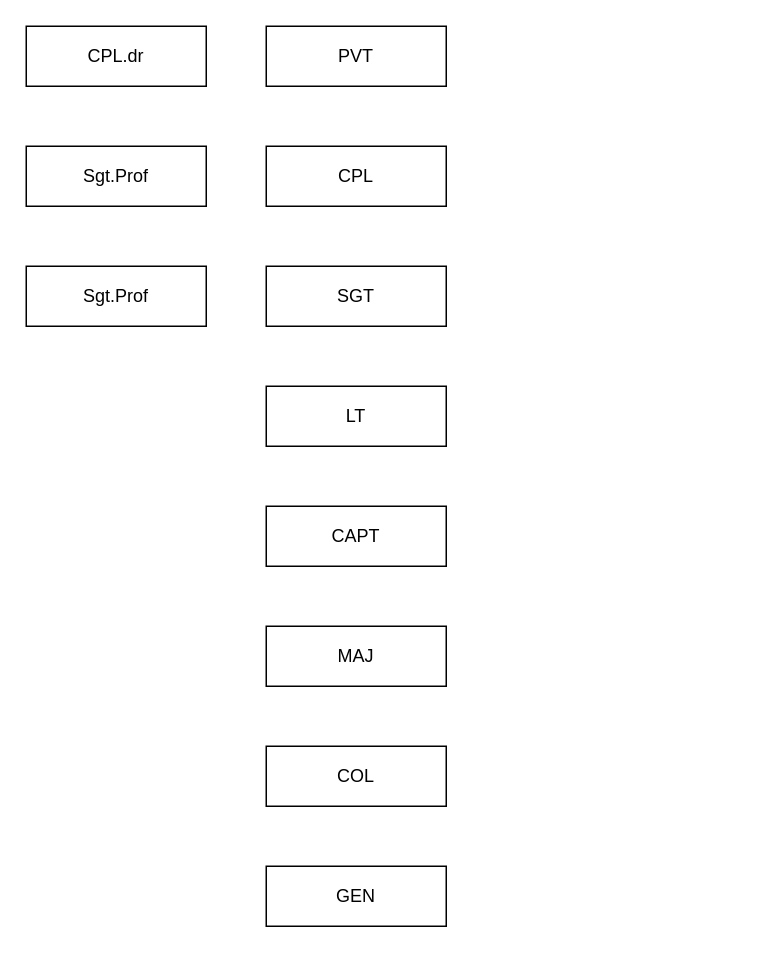
Above: Note Project Core/Propia Shelter/Rank Shelter.drawio in maulanaaghnii/propia (draw.io), before the change. Source tidied: cells renumbered, new cells numbered last; positions are measured from the earlier drawing's top-left corner, leaving out a move shared by most shapes. Both pictures are drawn from the tidied source at 150%, with x=0, y=0 at pixel (26, 26).
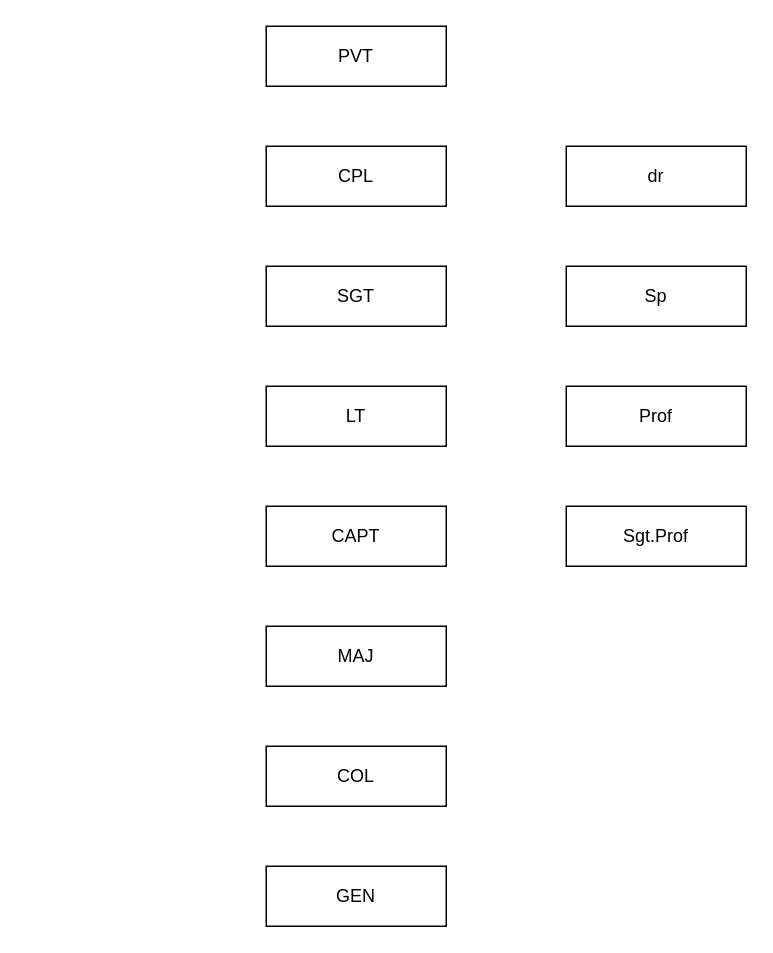
The same page after the edit.

Diff of the diagram source:
```diff
@@
 <mxGraphModel>
   <root>
     <mxCell id="0" />
     <mxCell id="1" parent="0" />
-    <mxCell id="2" value="CPL.dr" style="rounded=0;whiteSpace=wrap;html=1;" parent="1" vertex="1">
-      <mxGeometry width="120" height="40" as="geometry" />
+    <mxCell id="2" value="dr" style="rounded=0;whiteSpace=wrap;html=1;" parent="1" vertex="1">
+      <mxGeometry x="360" y="80" width="120" height="40" as="geometry" />
     </mxCell>
-    <mxCell id="3" value="Sgt.Prof" style="rounded=0;whiteSpace=wrap;html=1;" parent="1" vertex="1">
-      <mxGeometry y="80" width="120" height="40" as="geometry" />
+    <mxCell id="3" value="Prof" style="rounded=0;whiteSpace=wrap;html=1;" parent="1" vertex="1">
+      <mxGeometry x="360" y="240" width="120" height="40" as="geometry" />
     </mxCell>
     <mxCell id="4" value="Sgt.Prof" style="rounded=0;whiteSpace=wrap;html=1;" parent="1" vertex="1">
-      <mxGeometry y="160" width="120" height="40" as="geometry" />
+      <mxGeometry x="360" y="320" width="120" height="40" as="geometry" />
     </mxCell>
     <mxCell id="5" value="PVT" style="rounded=0;whiteSpace=wrap;html=1;" parent="1" vertex="1">
       <mxGeometry x="160" width="120" height="40" as="geometry" />
     </mxCell>
     <mxCell id="6" value="CPL" style="rounded=0;whiteSpace=wrap;html=1;" parent="1" vertex="1">
       <mxGeometry x="160" y="80" width="120" height="40" as="geometry" />
     </mxCell>
     <mxCell id="7" value="MAJ" style="rounded=0;whiteSpace=wrap;html=1;" parent="1" vertex="1">
       <mxGeometry x="160" y="400" width="120" height="40" as="geometry" />
     </mxCell>
     <mxCell id="8" value="CAPT" style="rounded=0;whiteSpace=wrap;html=1;" parent="1" vertex="1">
       <mxGeometry x="160" y="320" width="120" height="40" as="geometry" />
     </mxCell>
     <mxCell id="9" value="LT" style="rounded=0;whiteSpace=wrap;html=1;" parent="1" vertex="1">
       <mxGeometry x="160" y="240" width="120" height="40" as="geometry" />
     </mxCell>
     <mxCell id="10" value="SGT" style="rounded=0;whiteSpace=wrap;html=1;" parent="1" vertex="1">
       <mxGeometry x="160" y="160" width="120" height="40" as="geometry" />
     </mxCell>
     <mxCell id="11" value="COL" style="rounded=0;whiteSpace=wrap;html=1;" parent="1" vertex="1">
       <mxGeometry x="160" y="480" width="120" height="40" as="geometry" />
     </mxCell>
     <mxCell id="12" value="GEN" style="rounded=0;whiteSpace=wrap;html=1;" parent="1" vertex="1">
       <mxGeometry x="160" y="560" width="120" height="40" as="geometry" />
     </mxCell>
+    <mxCell id="13" value="Sp" style="rounded=0;whiteSpace=wrap;html=1;" parent="1" vertex="1">
+      <mxGeometry x="360" y="160" width="120" height="40" as="geometry" />
+    </mxCell>
   </root>
 </mxGraphModel>
```
